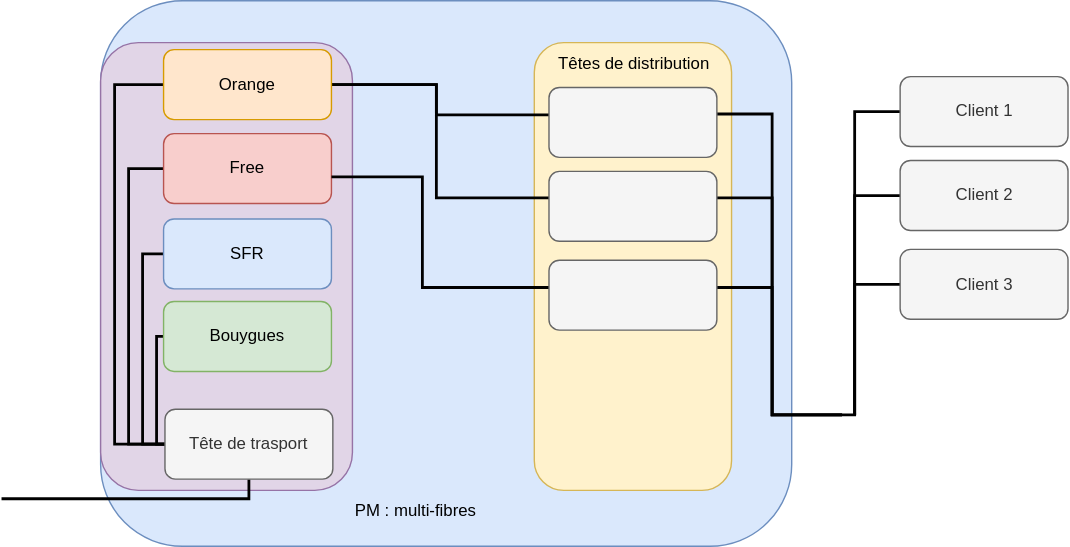
This is img/pm-multi-fibres.drawio.svg from mathieu-iut-beziers/SAE-R301, a draw.io export, as it was before one commit. Source tidied: cells renumbered, new cells last; positions are measured from the earlier drawing's top-left corner, leaving out a move shared by most shapes.
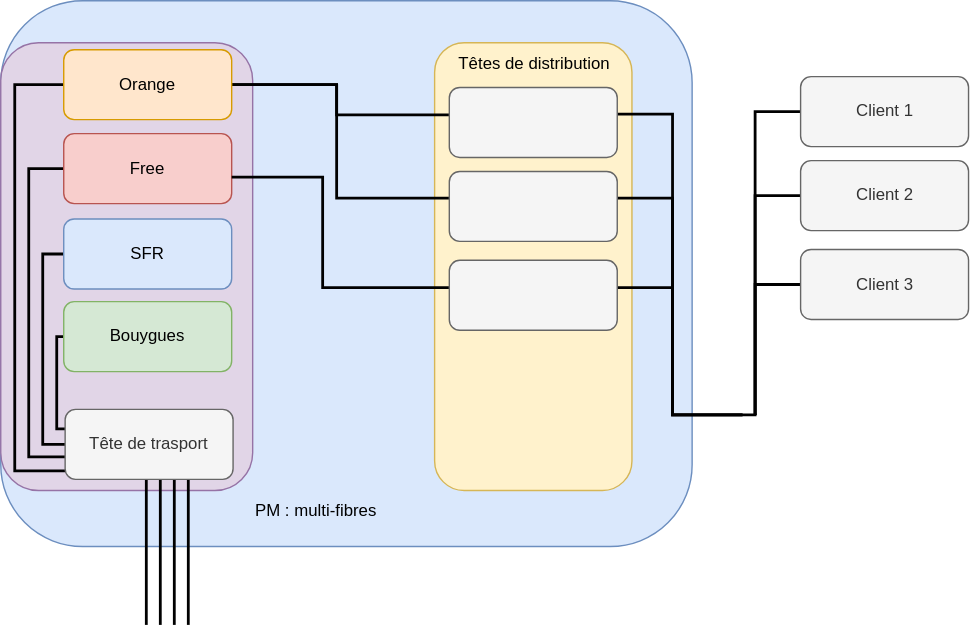
After the change.

The edit, as a diff of the source:
```diff
@@ -15,7 +15,7 @@
       <mxGeometry relative="1" as="geometry">
         <Array as="points">
           <mxPoint x="81" y="60" />
-          <mxPoint x="81" y="317" />
+          <mxPoint x="81" y="336" />
         </Array>
       </mxGeometry>
     </mxCell>
@@ -42,7 +42,7 @@
       <mxGeometry relative="1" as="geometry">
         <Array as="points">
           <mxPoint x="91" y="120" />
-          <mxPoint x="91" y="317" />
+          <mxPoint x="91" y="326" />
         </Array>
       </mxGeometry>
     </mxCell>
@@ -64,7 +64,7 @@
       <mxGeometry relative="1" as="geometry">
         <Array as="points">
           <mxPoint x="111" y="240" />
-          <mxPoint x="111" y="317" />
+          <mxPoint x="111" y="306" />
         </Array>
       </mxGeometry>
     </mxCell>
@@ -117,12 +117,40 @@
     </mxCell>
     <mxCell id="22" style="edgeStyle=orthogonalEdgeStyle;rounded=0;jettySize=auto;html=1;strokeWidth=2;endArrow=none;endFill=0;" parent="1" edge="1" source="23">
       <mxGeometry relative="1" as="geometry">
-        <mxPoint x="0.2" y="356" as="targetPoint" />
+        <mxPoint x="175" y="446" as="targetPoint" />
         <Array as="points">
-          <mxPoint x="177" y="356" />
+          <mxPoint x="175" y="346" />
+          <mxPoint x="175" y="346" />
         </Array>
       </mxGeometry>
     </mxCell>
+    <mxCell id="32" style="edgeStyle=orthogonalEdgeStyle;rounded=0;jettySize=auto;html=1;strokeWidth=2;endArrow=none;endFill=0;" parent="1" edge="1" source="23">
+      <mxGeometry relative="1" as="geometry">
+        <mxPoint x="185" y="446" as="targetPoint" />
+        <Array as="points">
+          <mxPoint x="185" y="446" />
+          <mxPoint x="185" y="446" />
+        </Array>
+      </mxGeometry>
+    </mxCell>
+    <mxCell id="33" style="edgeStyle=orthogonalEdgeStyle;rounded=0;jettySize=auto;html=1;strokeWidth=2;endArrow=none;endFill=0;" parent="1" edge="1" source="23">
+      <mxGeometry relative="1" as="geometry">
+        <mxPoint x="195" y="446" as="targetPoint" />
+        <Array as="points">
+          <mxPoint x="195" y="366" />
+          <mxPoint x="195" y="366" />
+        </Array>
+      </mxGeometry>
+    </mxCell>
+    <mxCell id="34" style="edgeStyle=orthogonalEdgeStyle;rounded=0;jettySize=auto;html=1;strokeWidth=2;endArrow=none;endFill=0;" parent="1" edge="1" source="23">
+      <mxGeometry relative="1" as="geometry">
+        <mxPoint x="205" y="446" as="targetPoint" />
+        <Array as="points">
+          <mxPoint x="205" y="366" />
+          <mxPoint x="205" y="366" />
+        </Array>
+      </mxGeometry>
+    </mxCell>
     <mxCell id="23" value="Tête de trasport" style="rounded=1;whiteSpace=wrap;html=1;fillColor=#f5f5f5;strokeColor=#666666;glass=0;fontColor=#333333;" parent="1" vertex="1">
       <mxGeometry x="117" y="292" width="120" height="50" as="geometry" />
     </mxCell>
```
